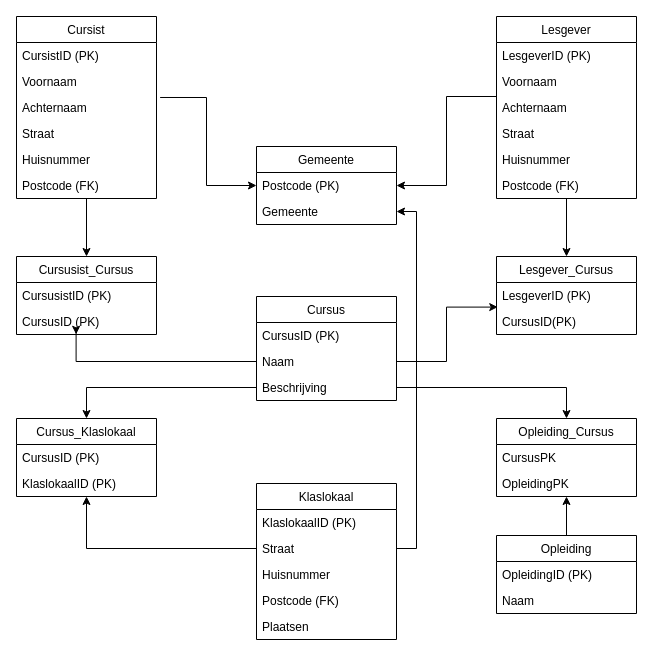
This is week1/databanken/les1/oef1.drawio from iliwili/ENCORA, a draw.io file, before an edit. Source tidied: cells renumbered, new cells numbered last; positions are measured from the earlier drawing's top-left corner, leaving out a move shared by most shapes. Both pictures are drawn from the tidied source at 100%, with x=0, y=0 at pixel (16, 16).
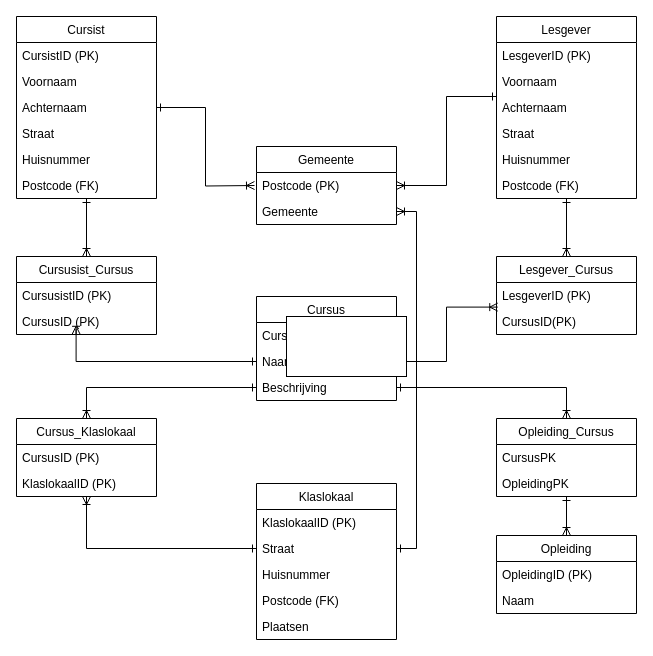
After the change.

Unchanged cells that the change refers to:
```xml
<mxCell id="2" value="Cursist" style="swimlane;fontStyle=0;horizontal=1;startSize=26;fillColor=none;rounded=0;shadow=0;strokeWidth=1;" parent="1" vertex="1">
  <mxGeometry width="140" height="182" as="geometry" />
</mxCell>
<mxCell id="5" value="Achternaam" style="text;strokeColor=none;fillColor=none;align=left;verticalAlign=top;spacingLeft=4;spacingRight=4;overflow=hidden;points=[[0,0.5],[1,0.5]];portConstraint=eastwest;" parent="2" vertex="1">
  <mxGeometry y="78" width="140" height="26" as="geometry" />
</mxCell>
<mxCell id="11" value="Naam" style="text;strokeColor=none;fillColor=none;align=left;verticalAlign=top;spacingLeft=4;spacingRight=4;overflow=hidden;points=[[0,0.5],[1,0.5]];portConstraint=eastwest;" parent="9" vertex="1">
  <mxGeometry y="52" width="140" height="26" as="geometry" />
</mxCell>
<mxCell id="12" value="Beschrijving" style="text;strokeColor=none;fillColor=none;align=left;verticalAlign=top;spacingLeft=4;spacingRight=4;overflow=hidden;points=[[0,0.5],[1,0.5]];portConstraint=eastwest;" parent="9" vertex="1">
  <mxGeometry y="78" width="140" height="26" as="geometry" />
</mxCell>
<mxCell id="13" value="Lesgever" style="swimlane;fontStyle=0;horizontal=1;startSize=26;fillColor=none;rounded=0;shadow=0;strokeWidth=1;" parent="1" vertex="1">
  <mxGeometry x="480" width="140" height="182" as="geometry" />
</mxCell>
<mxCell id="16" value="Achternaam" style="text;strokeColor=none;fillColor=none;align=left;verticalAlign=top;spacingLeft=4;spacingRight=4;overflow=hidden;points=[[0,0.5],[1,0.5]];portConstraint=eastwest;" parent="13" vertex="1">
  <mxGeometry y="78" width="140" height="26" as="geometry" />
</mxCell>
<mxCell id="22" value="Cursusist_Cursus" style="swimlane;fontStyle=0;horizontal=1;startSize=26;fillColor=none;rounded=0;shadow=0;strokeWidth=1;" parent="1" vertex="1">
  <mxGeometry y="240" width="140" height="78" as="geometry" />
</mxCell>
<mxCell id="24" value="CursusID (PK)" style="text;strokeColor=none;fillColor=none;align=left;verticalAlign=top;spacingLeft=4;spacingRight=4;overflow=hidden;points=[[0,0.5],[1,0.5]];portConstraint=eastwest;" parent="22" vertex="1">
  <mxGeometry y="52" width="140" height="26" as="geometry" />
</mxCell>
<mxCell id="25" value="Lesgever_Cursus" style="swimlane;fontStyle=0;horizontal=1;startSize=26;fillColor=none;rounded=0;shadow=0;strokeWidth=1;" parent="1" vertex="1">
  <mxGeometry x="480" y="240" width="140" height="78" as="geometry" />
</mxCell>
<mxCell id="26" value="LesgeverID (PK)" style="text;strokeColor=none;fillColor=none;align=left;verticalAlign=top;spacingLeft=4;spacingRight=4;overflow=hidden;points=[[0,0.5],[1,0.5]];portConstraint=eastwest;" parent="25" vertex="1">
  <mxGeometry y="26" width="140" height="26" as="geometry" />
</mxCell>
<mxCell id="28" value="Opleiding_Cursus" style="swimlane;fontStyle=0;horizontal=1;startSize=26;fillColor=none;rounded=0;shadow=0;strokeWidth=1;" parent="1" vertex="1">
  <mxGeometry x="480" y="402" width="140" height="78" as="geometry" />
</mxCell>
<mxCell id="32" value="Opleiding" style="swimlane;fontStyle=0;horizontal=1;startSize=26;fillColor=none;rounded=0;shadow=0;strokeWidth=1;" parent="1" vertex="1">
  <mxGeometry x="480" y="519" width="140" height="78" as="geometry" />
</mxCell>
<mxCell id="39" value="Cursus_Klaslokaal" style="swimlane;fontStyle=0;horizontal=1;startSize=26;fillColor=none;rounded=0;shadow=0;strokeWidth=1;" parent="1" vertex="1">
  <mxGeometry y="402" width="140" height="78" as="geometry" />
</mxCell>
<mxCell id="45" value="Postcode (PK)" style="text;strokeColor=none;fillColor=none;align=left;verticalAlign=top;spacingLeft=4;spacingRight=4;overflow=hidden;points=[[0,0.5],[1,0.5]];portConstraint=eastwest;" parent="44" vertex="1">
  <mxGeometry y="26" width="140" height="26" as="geometry" />
</mxCell>
<mxCell id="46" value="Gemeente" style="text;strokeColor=none;fillColor=none;align=left;verticalAlign=top;spacingLeft=4;spacingRight=4;overflow=hidden;points=[[0,0.5],[1,0.5]];portConstraint=eastwest;" parent="44" vertex="1">
  <mxGeometry y="52" width="140" height="26" as="geometry" />
</mxCell>
<mxCell id="50" value="Straat" style="text;strokeColor=none;fillColor=none;align=left;verticalAlign=top;spacingLeft=4;spacingRight=4;overflow=hidden;points=[[0,0.5],[1,0.5]];portConstraint=eastwest;" parent="48" vertex="1">
  <mxGeometry y="52" width="140" height="26" as="geometry" />
</mxCell>
```

Change to the diagram source:
```diff
@@
-    <mxCell id="20" style="edgeStyle=orthogonalEdgeStyle;rounded=0;jettySize=auto;html=1;exitX=1.026;exitY=0.115;exitDx=0;exitDy=0;entryX=0;entryY=0.5;entryDx=0;entryDy=0;startSize=26;exitPerimeter=0;" parent="1" edge="1" source="5" target="45">
-      <mxGeometry relative="1" as="geometry" />
+    <mxCell id="20" style="edgeStyle=orthogonalEdgeStyle;rounded=0;jettySize=auto;html=1;entryX=0;entryY=0.5;entryDx=0;entryDy=0;startSize=6;endArrow=ERoneToMany;endFill=0;startArrow=ERone;startFill=0;" parent="1" edge="1" source="2">
+      <mxGeometry relative="1" as="geometry">
+        <mxPoint x="238" y="169" as="targetPoint" />
+      </mxGeometry>
     </mxCell>
-    <mxCell id="21" style="edgeStyle=orthogonalEdgeStyle;rounded=0;jettySize=auto;html=1;exitX=0;exitY=0.077;exitDx=0;exitDy=0;entryX=1;entryY=0.5;entryDx=0;entryDy=0;startSize=26;exitPerimeter=0;" parent="1" edge="1" source="16" target="45">
+    <mxCell id="21" style="edgeStyle=orthogonalEdgeStyle;rounded=0;jettySize=auto;html=1;exitX=0;exitY=0.077;exitDx=0;exitDy=0;entryX=1;entryY=0.5;entryDx=0;entryDy=0;startSize=6;exitPerimeter=0;endArrow=ERoneToMany;endFill=0;startArrow=ERone;startFill=0;" parent="1" edge="1" source="16" target="45">
       <mxGeometry relative="1" as="geometry" />
     </mxCell>
@@
-    <mxCell id="31" style="edgeStyle=orthogonalEdgeStyle;rounded=0;jettySize=auto;html=1;exitX=0.5;exitY=0;exitDx=0;exitDy=0;startSize=26;" parent="1" edge="1" source="32" target="28">
+    <mxCell id="31" style="edgeStyle=orthogonalEdgeStyle;rounded=0;jettySize=auto;html=1;exitX=0.5;exitY=0;exitDx=0;exitDy=0;startSize=6;endArrow=ERone;endFill=0;startArrow=ERoneToMany;startFill=0;" parent="1" edge="1" source="32" target="28">
       <mxGeometry relative="1" as="geometry" />
     </mxCell>
@@
-    <mxCell id="35" style="edgeStyle=orthogonalEdgeStyle;rounded=0;jettySize=auto;html=1;entryX=0.5;entryY=0;entryDx=0;entryDy=0;startSize=26;" parent="1" edge="1" source="2" target="22">
+    <mxCell id="35" style="edgeStyle=orthogonalEdgeStyle;rounded=0;jettySize=auto;html=1;entryX=0.5;entryY=0;entryDx=0;entryDy=0;startSize=6;endArrow=ERoneToMany;endFill=0;startArrow=ERone;startFill=0;" parent="1" edge="1" source="2" target="22">
       <mxGeometry relative="1" as="geometry" />
     </mxCell>
-    <mxCell id="36" style="edgeStyle=orthogonalEdgeStyle;rounded=0;jettySize=auto;html=1;exitX=0;exitY=0.5;exitDx=0;exitDy=0;entryX=0.426;entryY=0.992;entryDx=0;entryDy=0;entryPerimeter=0;startSize=26;" parent="1" edge="1" source="11" target="24">
+    <mxCell id="36" style="edgeStyle=orthogonalEdgeStyle;rounded=0;jettySize=auto;html=1;exitX=0;exitY=0.5;exitDx=0;exitDy=0;entryX=0.426;entryY=0.992;entryDx=0;entryDy=0;entryPerimeter=0;startSize=6;endArrow=ERoneToMany;endFill=0;startArrow=ERone;startFill=0;" parent="1" edge="1" source="11" target="24">
       <mxGeometry relative="1" as="geometry" />
     </mxCell>
-    <mxCell id="37" style="edgeStyle=orthogonalEdgeStyle;rounded=0;jettySize=auto;html=1;exitX=1;exitY=0.5;exitDx=0;exitDy=0;entryX=0.009;entryY=0.946;entryDx=0;entryDy=0;entryPerimeter=0;startSize=26;" parent="1" edge="1" source="11" target="26">
+    <mxCell id="37" style="edgeStyle=orthogonalEdgeStyle;rounded=0;jettySize=auto;html=1;exitX=1;exitY=0.5;exitDx=0;exitDy=0;entryX=0.009;entryY=0.946;entryDx=0;entryDy=0;entryPerimeter=0;startSize=6;endArrow=ERoneToMany;endFill=0;startArrow=ERone;startFill=0;" parent="1" edge="1" source="11" target="26">
       <mxGeometry relative="1" as="geometry" />
     </mxCell>
-    <mxCell id="38" style="edgeStyle=orthogonalEdgeStyle;rounded=0;jettySize=auto;html=1;startSize=26;" parent="1" edge="1" source="13" target="25">
+    <mxCell id="38" style="edgeStyle=orthogonalEdgeStyle;rounded=0;jettySize=auto;html=1;startSize=6;endArrow=ERoneToMany;endFill=0;startArrow=ERone;startFill=0;" parent="1" edge="1" source="13" target="25">
       <mxGeometry relative="1" as="geometry" />
     </mxCell>
@@
-    <mxCell id="42" style="edgeStyle=orthogonalEdgeStyle;rounded=0;jettySize=auto;html=1;exitX=0;exitY=0.5;exitDx=0;exitDy=0;entryX=0.5;entryY=0;entryDx=0;entryDy=0;startSize=26;" parent="1" edge="1" source="12" target="39">
+    <mxCell id="42" style="edgeStyle=orthogonalEdgeStyle;rounded=0;jettySize=auto;html=1;exitX=0;exitY=0.5;exitDx=0;exitDy=0;entryX=0.5;entryY=0;entryDx=0;entryDy=0;startSize=6;endArrow=ERoneToMany;endFill=0;startArrow=ERone;startFill=0;" parent="1" edge="1" source="12" target="39">
       <mxGeometry relative="1" as="geometry" />
     </mxCell>
-    <mxCell id="43" style="edgeStyle=orthogonalEdgeStyle;rounded=0;jettySize=auto;html=1;exitX=0;exitY=0.5;exitDx=0;exitDy=0;startSize=26;" parent="1" edge="1" source="50" target="39">
+    <mxCell id="43" style="edgeStyle=orthogonalEdgeStyle;rounded=0;jettySize=auto;html=1;exitX=0;exitY=0.5;exitDx=0;exitDy=0;startSize=6;endArrow=ERoneToMany;endFill=0;startArrow=ERone;startFill=0;" parent="1" edge="1" source="50" target="39">
       <mxGeometry relative="1" as="geometry" />
     </mxCell>
@@
-    <mxCell id="47" style="edgeStyle=orthogonalEdgeStyle;rounded=0;jettySize=auto;html=1;exitX=1;exitY=0.5;exitDx=0;exitDy=0;startSize=26;" parent="1" edge="1" source="50" target="46">
+    <mxCell id="47" style="edgeStyle=orthogonalEdgeStyle;rounded=0;jettySize=auto;html=1;exitX=1;exitY=0.5;exitDx=0;exitDy=0;startSize=6;endArrow=ERoneToMany;endFill=0;startArrow=ERone;startFill=0;" parent="1" edge="1" source="50" target="46">
       <mxGeometry relative="1" as="geometry" />
     </mxCell>
@@
-    <mxCell id="54" style="edgeStyle=orthogonalEdgeStyle;rounded=0;jettySize=auto;html=1;exitX=1;exitY=0.5;exitDx=0;exitDy=0;entryX=0.5;entryY=0;entryDx=0;entryDy=0;startSize=26;" parent="1" edge="1" source="12" target="28">
+    <mxCell id="54" style="edgeStyle=orthogonalEdgeStyle;rounded=0;jettySize=auto;html=1;exitX=1;exitY=0.5;exitDx=0;exitDy=0;entryX=0.5;entryY=0;entryDx=0;entryDy=0;startSize=6;endArrow=ERoneToMany;endFill=0;startArrow=ERone;startFill=0;" parent="1" edge="1" source="12" target="28">
       <mxGeometry relative="1" as="geometry" />
     </mxCell>
+    <mxCell id="55" style="whiteSpace=wrap;html=1;" parent="1" vertex="1">
+      <mxGeometry x="270" y="300" width="120" height="60" as="geometry" />
+    </mxCell>
```
